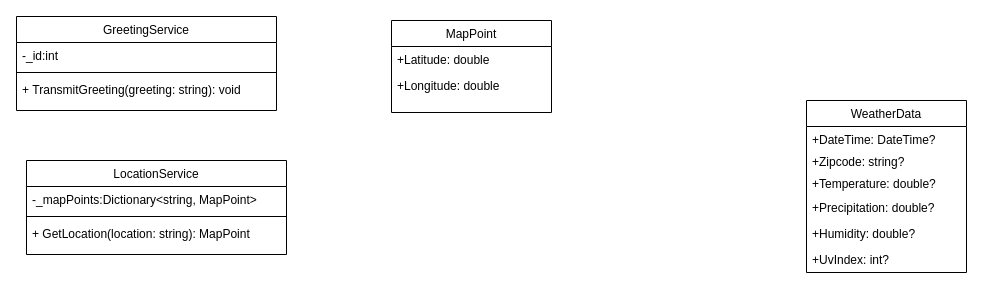
Before: WeatherGreeting/weather-greeting-uml.drawio in d-german/weather-greeting, a draw.io diagram. Source tidied: cells renumbered, new cells numbered last; positions are measured from the earlier drawing's top-left corner, leaving out a move shared by most shapes. Both pictures are drawn from the tidied source at 100%, with x=0, y=0 at pixel (16, 16).
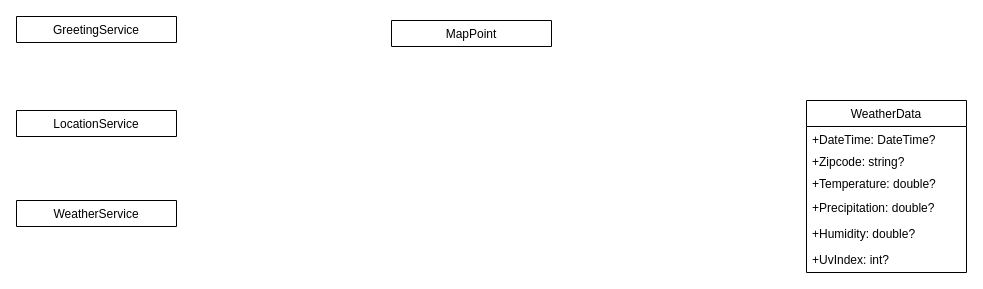
The same diagram, later.

The edit, as a diff of the source:
```diff
@@
 <mxGraphModel>
   <root>
     <mxCell id="0" />
     <mxCell id="1" parent="0" />
     <mxCell id="2" value="WeatherData" style="swimlane;fontStyle=0;align=center;verticalAlign=top;horizontal=1;startSize=26;rounded=0;shadow=0;strokeWidth=1;" parent="1" vertex="1">
       <mxGeometry x="790" y="84" width="160" height="172" as="geometry" />
     </mxCell>
     <mxCell id="3" value="+DateTime: DateTime?" style="text;align=left;verticalAlign=top;spacingLeft=4;spacingRight=4;overflow=hidden;" parent="2" vertex="1">
       <mxGeometry y="26" width="160" height="22" as="geometry" />
     </mxCell>
     <mxCell id="4" value="+Zipcode: string?" style="text;align=left;verticalAlign=top;spacingLeft=4;spacingRight=4;overflow=hidden;" parent="2" vertex="1">
       <mxGeometry y="48" width="160" height="22" as="geometry" />
     </mxCell>
     <mxCell id="5" value="+Temperature: double?" style="text;align=left;verticalAlign=top;spacingLeft=4;spacingRight=4;overflow=hidden;rounded=0;shadow=0;html=0;" parent="2" vertex="1">
       <mxGeometry y="70" width="160" height="24" as="geometry" />
     </mxCell>
     <mxCell id="6" value="+Precipitation: double?" style="text;align=left;verticalAlign=top;spacingLeft=4;spacingRight=4;overflow=hidden;rounded=0;shadow=0;html=0;" parent="2" vertex="1">
       <mxGeometry y="94" width="160" height="26" as="geometry" />
     </mxCell>
     <mxCell id="7" value="+Humidity: double?" style="text;align=left;verticalAlign=top;spacingLeft=4;spacingRight=4;overflow=hidden;rounded=0;shadow=0;html=0;" parent="2" vertex="1">
       <mxGeometry y="120" width="160" height="26" as="geometry" />
     </mxCell>
     <mxCell id="8" value="+UvIndex: int?" style="text;align=left;verticalAlign=top;spacingLeft=4;spacingRight=4;overflow=hidden;rounded=0;shadow=0;html=0;" parent="2" vertex="1">
       <mxGeometry y="146" width="160" height="26" as="geometry" />
     </mxCell>
-    <mxCell id="9" value="MapPoint" style="swimlane;fontStyle=0;align=center;verticalAlign=top;horizontal=1;startSize=26;rounded=0;shadow=0;strokeWidth=1;" parent="1" vertex="1">
-      <mxGeometry x="375" y="4" width="160" height="92" as="geometry" />
+    <mxCell id="9" value="MapPoint" style="swimlane;fontStyle=0;align=center;verticalAlign=top;horizontal=1;startSize=26;rounded=0;shadow=0;strokeWidth=1;" parent="1" vertex="1" collapsed="1">
+      <mxGeometry x="375" y="4" width="160" height="26" as="geometry" />
     </mxCell>
-    <mxCell id="10" value="+Latitude: double" style="text;align=left;verticalAlign=top;spacingLeft=4;spacingRight=4;overflow=hidden;" parent="9" vertex="1">
-      <mxGeometry y="26" width="160" height="26" as="geometry" />
-    </mxCell>
-    <mxCell id="11" value="+Longitude: double" style="text;align=left;verticalAlign=top;spacingLeft=4;spacingRight=4;overflow=hidden;rounded=0;shadow=0;html=0;" parent="9" vertex="1">
-      <mxGeometry y="52" width="160" height="26" as="geometry" />
-    </mxCell>
-    <mxCell id="12" value="GreetingService" style="swimlane;fontStyle=0;align=center;verticalAlign=top;horizontal=1;startSize=26;rounded=0;shadow=0;strokeWidth=1;" parent="1" vertex="1">
-      <mxGeometry width="260" height="94" as="geometry" />
+    <mxCell id="12" value="GreetingService" style="swimlane;fontStyle=0;align=center;verticalAlign=top;horizontal=1;startSize=26;rounded=0;shadow=0;strokeWidth=1;" parent="1" vertex="1" collapsed="1">
+      <mxGeometry width="160" height="26" as="geometry" />
     </mxCell>
-    <mxCell id="13" value="-_id:int" style="text;align=left;verticalAlign=top;spacingLeft=4;spacingRight=4;overflow=hidden;" parent="12" vertex="1">
-      <mxGeometry y="26" width="260" height="26" as="geometry" />
-    </mxCell>
-    <mxCell id="14" style="line;html=1;strokeWidth=1;align=left;verticalAlign=middle;spacingTop=-1;spacingLeft=3;spacingRight=3;labelPosition=right;" parent="12" vertex="1">
-      <mxGeometry y="52" width="260" height="8" as="geometry" />
-    </mxCell>
-    <mxCell id="15" value="+ TransmitGreeting(greeting: string): void" style="text;align=left;verticalAlign=top;spacingLeft=4;spacingRight=4;overflow=hidden;" parent="12" vertex="1">
-      <mxGeometry y="60" width="260" height="26" as="geometry" />
-    </mxCell>
-    <mxCell id="16" value="LocationService" style="swimlane;fontStyle=0;align=center;verticalAlign=top;horizontal=1;startSize=26;rounded=0;shadow=0;strokeWidth=1;" parent="1" vertex="1">
-      <mxGeometry x="10" y="144" width="260" height="94" as="geometry" />
+    <mxCell id="16" value="LocationService" style="swimlane;fontStyle=0;align=center;verticalAlign=top;horizontal=1;startSize=26;rounded=0;shadow=0;strokeWidth=1;" parent="1" vertex="1" collapsed="1">
+      <mxGeometry y="94" width="160" height="26" as="geometry" />
     </mxCell>
-    <mxCell id="17" value="-_mapPoints:Dictionary&lt;string, MapPoint&gt;" style="text;align=left;verticalAlign=top;spacingLeft=4;spacingRight=4;overflow=hidden;" parent="16" vertex="1">
-      <mxGeometry y="26" width="260" height="26" as="geometry" />
-    </mxCell>
-    <mxCell id="18" style="line;html=1;strokeWidth=1;align=left;verticalAlign=middle;spacingTop=-1;spacingLeft=3;spacingRight=3;labelPosition=right;" parent="16" vertex="1">
-      <mxGeometry y="52" width="260" height="8" as="geometry" />
-    </mxCell>
-    <mxCell id="19" value="+ GetLocation(location: string): MapPoint" style="text;align=left;verticalAlign=top;spacingLeft=4;spacingRight=4;overflow=hidden;" parent="16" vertex="1">
-      <mxGeometry y="60" width="260" height="26" as="geometry" />
-    </mxCell>
+    <mxCell id="20" value="WeatherService" style="swimlane;fontStyle=0;align=center;verticalAlign=top;horizontal=1;startSize=26;rounded=0;shadow=0;strokeWidth=1;" parent="1" vertex="1" collapsed="1">
+      <mxGeometry y="184" width="160" height="26" as="geometry" />
+    </mxCell>
   </root>
 </mxGraphModel>
```
